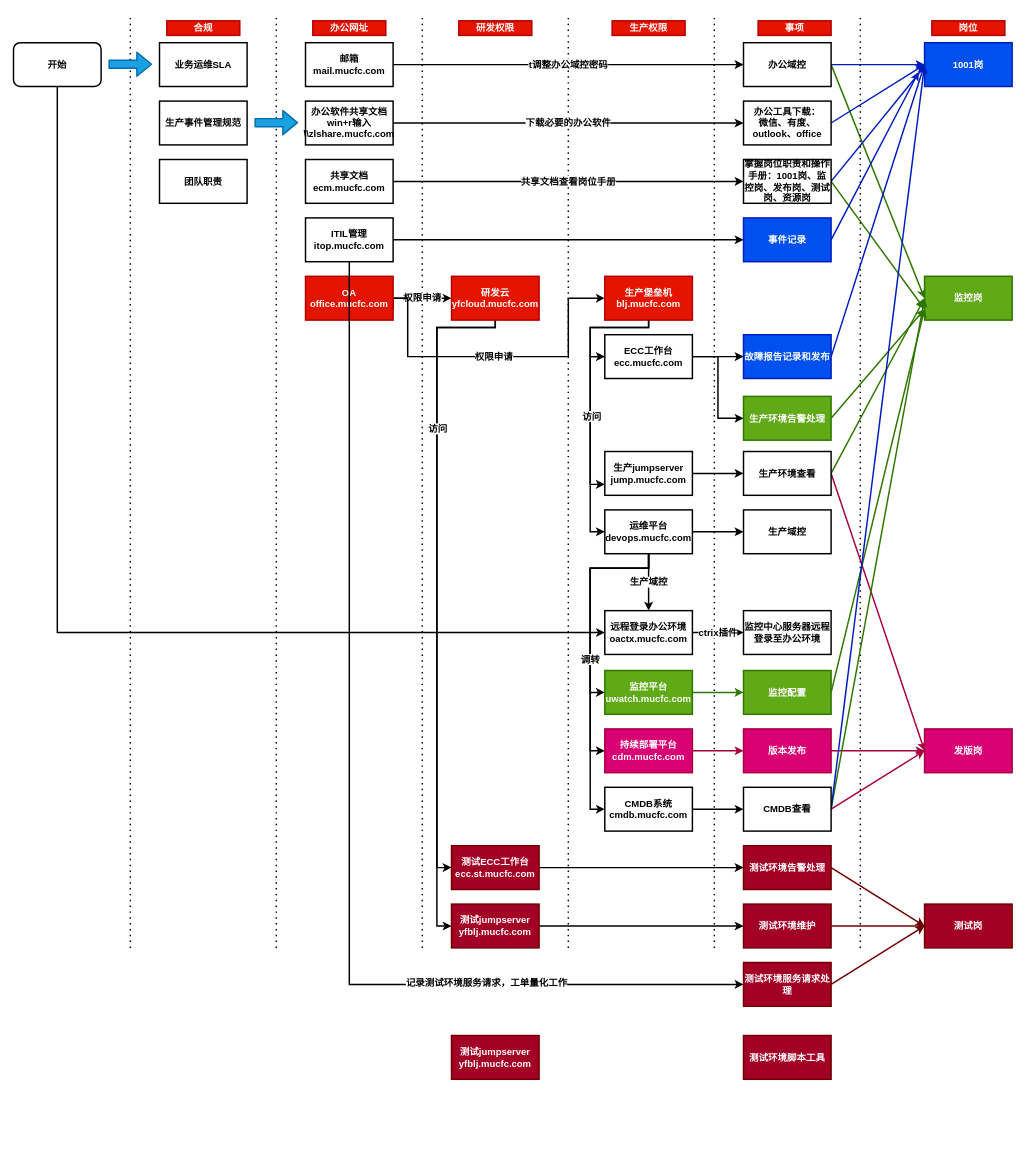
This is 新人培训能力树 Diagram.drawio from dclarken/draw.io, a draw.io file, before an edit. Source tidied: cells renumbered, new cells numbered last; positions are measured from the earlier drawing's top-left corner, leaving out a move shared by most shapes. Both pictures are drawn from the tidied source at 73%, with x=0, y=0 at pixel (13, 13).
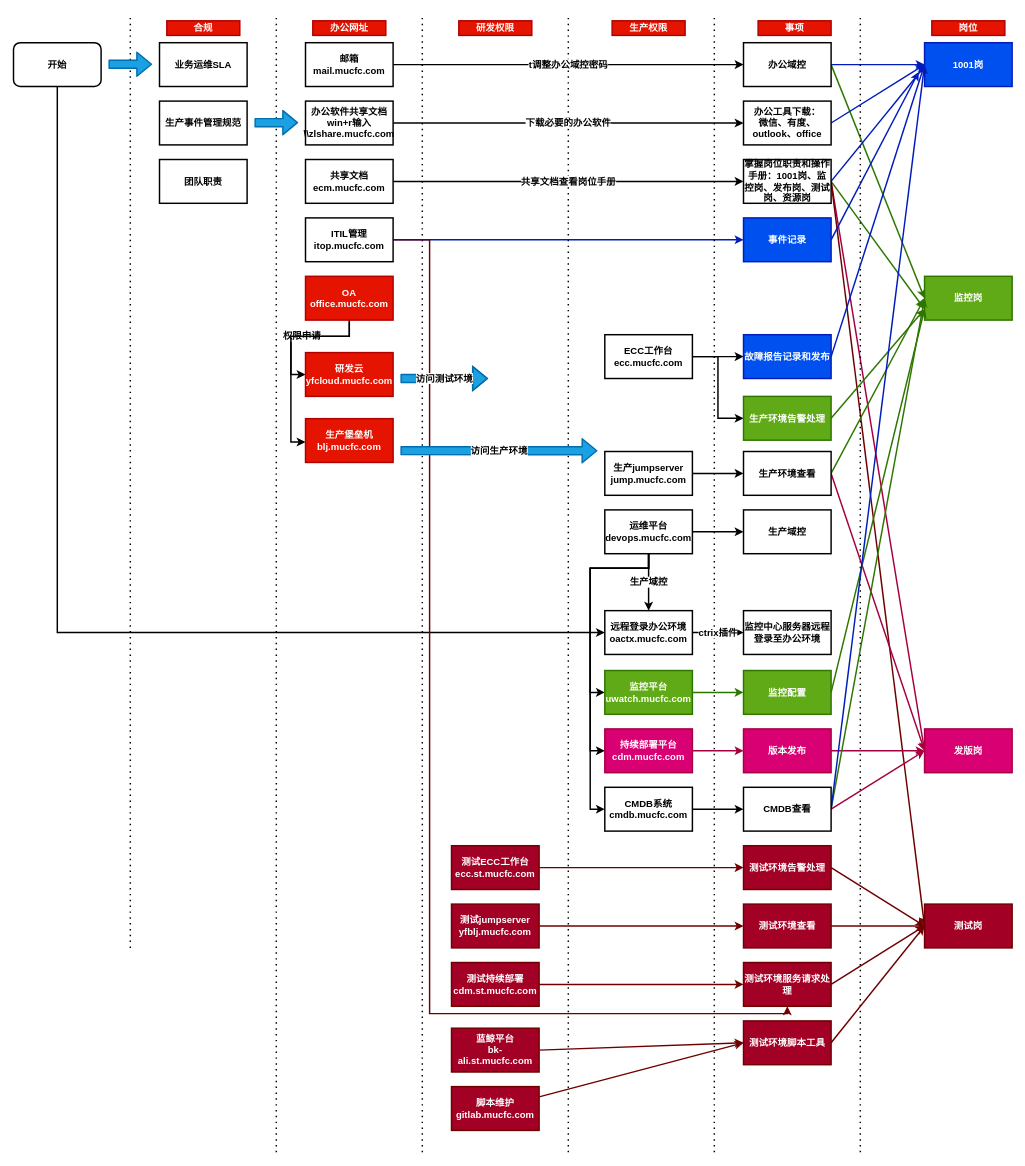
The same diagram, later.

Commit message (it also covers changes not shown here):
Update 新人培训能力树 Diagram.drawio

Unchanged cells that the change refers to:
```xml
<mxCell id="21" value="OA&lt;br style=&quot;font-size: 13px;&quot;&gt;office.mucfc.com" style="rounded=0;whiteSpace=wrap;html=1;strokeWidth=2;fontStyle=1;fillColor=#e51400;strokeColor=#B20000;fontColor=#ffffff;fontSize=13;" parent="1" vertex="1">
  <mxGeometry x="400" y="360" width="120" height="60" as="geometry" />
</mxCell>
<mxCell id="27" value="ITIL管理&lt;br style=&quot;font-size: 13px;&quot;&gt;itop.mucfc.com" style="rounded=0;whiteSpace=wrap;html=1;strokeWidth=2;fontStyle=1;fontSize=13;" parent="1" vertex="1">
  <mxGeometry x="400" y="280" width="120" height="60" as="geometry" />
</mxCell>
<mxCell id="43" value="掌握岗位职责和操作手册：1001岗、监控岗、发布岗、测试岗、资源岗" style="rounded=0;whiteSpace=wrap;html=1;strokeWidth=2;fontStyle=1;fontSize=13;" parent="1" vertex="1">
  <mxGeometry x="1000" y="200" width="120" height="60" as="geometry" />
</mxCell>
<mxCell id="45" value="事件记录" style="rounded=0;whiteSpace=wrap;html=1;strokeWidth=2;fontStyle=1;fillColor=#0050ef;strokeColor=#001DBC;fontColor=#ffffff;fontSize=13;" parent="1" vertex="1">
  <mxGeometry x="1000" y="280" width="120" height="60" as="geometry" />
</mxCell>
<mxCell id="55" value="运维平台devops.mucfc.com" style="rounded=0;whiteSpace=wrap;html=1;strokeWidth=2;fontStyle=1;fontSize=13;" parent="1" vertex="1">
  <mxGeometry x="810" y="680" width="120" height="60" as="geometry" />
</mxCell>
<mxCell id="59" value="测试ECC工作台&lt;br style=&quot;font-size: 13px;&quot;&gt;ecc.st.mucfc.com" style="rounded=0;whiteSpace=wrap;html=1;strokeWidth=2;fontStyle=1;fillColor=#a20025;strokeColor=#6F0000;fontColor=#ffffff;fontSize=13;" parent="1" vertex="1">
  <mxGeometry x="600" y="1140" width="120" height="60" as="geometry" />
</mxCell>
<mxCell id="61" value="测试jumpserver&lt;br style=&quot;font-size: 13px;&quot;&gt;yfblj.mucfc.com" style="rounded=0;whiteSpace=wrap;html=1;strokeWidth=2;fontStyle=1;fillColor=#a20025;strokeColor=#6F0000;fontColor=#ffffff;fontSize=13;" parent="1" vertex="1">
  <mxGeometry x="600" y="1220" width="120" height="60" as="geometry" />
</mxCell>
<mxCell id="67" value="ECC工作台&lt;br style=&quot;font-size: 13px;&quot;&gt;ecc.mucfc.com" style="rounded=0;whiteSpace=wrap;html=1;strokeWidth=2;fontStyle=1;fontSize=13;" parent="1" vertex="1">
  <mxGeometry x="810" y="440" width="120" height="60" as="geometry" />
</mxCell>
<mxCell id="69" value="生产jumpserver&lt;br style=&quot;font-size: 13px;&quot;&gt;jump.mucfc.com" style="rounded=0;whiteSpace=wrap;html=1;strokeWidth=2;fontStyle=1;fontSize=13;" parent="1" vertex="1">
  <mxGeometry x="810" y="600" width="120" height="60" as="geometry" />
</mxCell>
<mxCell id="71" value="发版岗" style="rounded=0;whiteSpace=wrap;html=1;fillColor=#d80073;strokeColor=#A50040;strokeWidth=2;fontColor=#ffffff;fontStyle=1;fontSize=13;" parent="1" vertex="1">
  <mxGeometry x="1248" y="980" width="120" height="60" as="geometry" />
</mxCell>
<mxCell id="72" value="测试岗" style="rounded=0;whiteSpace=wrap;html=1;fillColor=#a20025;strokeColor=#6F0000;strokeWidth=2;fontColor=#ffffff;fontStyle=1;fontSize=13;" parent="1" vertex="1">
  <mxGeometry x="1248" y="1220" width="120" height="60" as="geometry" />
</mxCell>
<mxCell id="74" value="测试环境告警处理" style="rounded=0;whiteSpace=wrap;html=1;strokeWidth=2;fontStyle=1;fillColor=#a20025;strokeColor=#6F0000;fontColor=#ffffff;fontSize=13;" parent="1" vertex="1">
  <mxGeometry x="1000" y="1140" width="120" height="60" as="geometry" />
</mxCell>
<mxCell id="93" value="测试环境服务请求处理" style="rounded=0;whiteSpace=wrap;html=1;strokeWidth=2;fontStyle=1;fillColor=#a20025;strokeColor=#6F0000;fontColor=#ffffff;fontSize=13;" parent="1" vertex="1">
  <mxGeometry x="1000" y="1300" width="120" height="60" as="geometry" />
</mxCell>
<mxCell id="103" value="CMDB系统&lt;br&gt;cmdb.mucfc.com" style="rounded=0;whiteSpace=wrap;html=1;strokeWidth=2;fontStyle=1;fontSize=13;" parent="1" vertex="1">
  <mxGeometry x="810" y="1060" width="120" height="60" as="geometry" />
</mxCell>
```

Change to the diagram source:
```diff
@@
     <mxCell id="4" style="endArrow=none;dashed=1;html=1;dashPattern=1 3;strokeWidth=2;fontStyle=1;fontSize=13;" parent="1" edge="1">
       <mxGeometry relative="1" as="geometry">
-        <mxPoint x="360" y="1280" as="sourcePoint" />
+        <mxPoint x="360" y="1560" as="sourcePoint" />
         <mxPoint x="360" as="targetPoint" />
       </mxGeometry>
     </mxCell>
@@
     <mxCell id="6" style="endArrow=none;dashed=1;html=1;dashPattern=1 3;strokeWidth=2;fontStyle=1;fontSize=13;" parent="1" edge="1">
       <mxGeometry relative="1" as="geometry">
-        <mxPoint x="560" y="1280" as="sourcePoint" />
+        <mxPoint x="560" y="1560" as="sourcePoint" />
         <mxPoint x="560" as="targetPoint" />
       </mxGeometry>
     </mxCell>
     <mxCell id="7" style="endArrow=none;dashed=1;html=1;dashPattern=1 3;strokeWidth=2;fontStyle=1;fontSize=13;" parent="1" edge="1">
       <mxGeometry relative="1" as="geometry">
-        <mxPoint x="760" y="1280" as="sourcePoint" />
+        <mxPoint x="760" y="1560" as="sourcePoint" />
         <mxPoint x="760" as="targetPoint" />
       </mxGeometry>
     </mxCell>
@@
-    <mxCell id="20" value="权限申请" style="edgeStyle=orthogonalEdgeStyle;rounded=0;jettySize=auto;html=1;exitX=1;exitY=0.75;exitDx=0;exitDy=0;entryX=0;entryY=0.5;entryDx=0;entryDy=0;strokeWidth=2;fontStyle=1;fontSize=13;" parent="1" edge="1" source="21" target="36">
-      <mxGeometry relative="1" as="geometry">
-        <Array as="points">
-          <mxPoint x="520" y="390" />
-          <mxPoint x="540" y="390" />
-          <mxPoint x="540" y="470" />
-          <mxPoint x="760" y="470" />
-          <mxPoint x="760" y="390" />
-        </Array>
-      </mxGeometry>
-    </mxCell>
+    <mxCell id="106" style="edgeStyle=orthogonalEdgeStyle;rounded=0;orthogonalLoop=1;jettySize=auto;html=1;entryX=0;entryY=0.5;entryDx=0;entryDy=0;strokeWidth=2;fontSize=13;" parent="1" edge="1">
+      <mxGeometry relative="1" as="geometry">
+        <mxPoint x="460" y="422" as="sourcePoint" />
+        <mxPoint x="400" y="587" as="targetPoint" />
+        <Array as="points">
+          <mxPoint x="460" y="442" />
+          <mxPoint x="380" y="442" />
+          <mxPoint x="380" y="587" />
+        </Array>
+      </mxGeometry>
+    </mxCell>
@@
-    <mxCell id="24" style="edgeStyle=orthogonalEdgeStyle;rounded=0;jettySize=auto;html=1;strokeWidth=2;fontStyle=1;fontSize=13;" parent="1" edge="1" source="27" target="45">
+    <mxCell id="24" style="edgeStyle=orthogonalEdgeStyle;rounded=0;jettySize=auto;html=1;strokeWidth=2;fontStyle=1;fontSize=13;fillColor=#0050ef;strokeColor=#001DBC;" parent="1" edge="1" source="27" target="45">
       <mxGeometry relative="1" as="geometry" />
     </mxCell>
-    <mxCell id="25" style="edgeStyle=orthogonalEdgeStyle;rounded=0;jettySize=auto;html=1;exitX=0.5;exitY=1;exitDx=0;exitDy=0;entryX=0;entryY=0.5;entryDx=0;entryDy=0;strokeWidth=2;fontStyle=1;fontSize=13;" parent="1" edge="1" source="27" target="93">
-      <mxGeometry relative="1" as="geometry" />
+    <mxCell id="25" style="edgeStyle=orthogonalEdgeStyle;rounded=0;jettySize=auto;html=1;exitX=1;exitY=0.5;exitDx=0;exitDy=0;strokeWidth=2;fontSize=13;entryX=0.5;entryY=1;entryDx=0;entryDy=0;fillColor=#a20025;strokeColor=#6F0000;" parent="1" edge="1" source="27" target="93">
+      <mxGeometry relative="1" as="geometry">
+        <Array as="points">
+          <mxPoint x="570" y="310" />
+          <mxPoint x="570" y="1370" />
+          <mxPoint x="1060" y="1370" />
+        </Array>
+      </mxGeometry>
     </mxCell>
-    <mxCell id="26" value="记录测试环境服务请求，工单量化工作" style="edgeLabel;html=1;align=center;verticalAlign=middle;fontStyle=1;fontSize=13;" parent="25" vertex="1">
-      <mxGeometry x="0.54" y="4" relative="1" as="geometry">
-        <mxPoint x="-1" as="offset" />
-      </mxGeometry>
-    </mxCell>
@@
     <mxCell id="30" style="endArrow=none;dashed=1;html=1;dashPattern=1 3;strokeWidth=2;fontStyle=1;fontSize=13;" parent="1" edge="1">
       <mxGeometry relative="1" as="geometry">
-        <mxPoint x="960" y="1280" as="sourcePoint" />
+        <mxPoint x="960" y="1560" as="sourcePoint" />
         <mxPoint x="960" as="targetPoint" />
       </mxGeometry>
     </mxCell>
-    <mxCell id="31" style="edgeStyle=orthogonalEdgeStyle;rounded=0;jettySize=auto;html=1;strokeWidth=2;entryX=0;entryY=0.5;entryDx=0;entryDy=0;fontStyle=1;fontSize=13;" parent="1" edge="1" source="34" target="59">
-      <mxGeometry relative="1" as="geometry">
-        <Array as="points">
-          <mxPoint x="660" y="430" />
-          <mxPoint x="580" y="430" />
-          <mxPoint x="580" y="1170" />
-        </Array>
-      </mxGeometry>
-    </mxCell>
-    <mxCell id="32" style="edgeStyle=orthogonalEdgeStyle;rounded=0;jettySize=auto;html=1;exitX=0.5;exitY=1;exitDx=0;exitDy=0;entryX=0;entryY=0.5;entryDx=0;entryDy=0;strokeWidth=2;fontStyle=1;fontSize=13;" parent="1" edge="1" source="34" target="61">
-      <mxGeometry relative="1" as="geometry">
-        <Array as="points">
-          <mxPoint x="660" y="430" />
-          <mxPoint x="580" y="430" />
-          <mxPoint x="580" y="1250" />
-        </Array>
-      </mxGeometry>
-    </mxCell>
-    <mxCell id="33" value="访问" style="edgeLabel;html=1;align=center;verticalAlign=middle;fontSize=13;fontStyle=1;" parent="32" vertex="1">
-      <mxGeometry x="-0.51" relative="1" as="geometry" />
-    </mxCell>
     <mxCell id="34" value="研发云&lt;br style=&quot;font-size: 13px;&quot;&gt;yfcloud.mucfc.com" style="rounded=0;whiteSpace=wrap;html=1;strokeWidth=2;fontStyle=1;fillColor=#e51400;strokeColor=#B20000;fontColor=#ffffff;fontSize=13;" parent="1" vertex="1">
-      <mxGeometry x="600" y="360" width="120" height="60" as="geometry" />
+      <mxGeometry x="400" y="464.5" width="120" height="60" as="geometry" />
     </mxCell>
-    <mxCell id="35" style="edgeStyle=orthogonalEdgeStyle;rounded=0;jettySize=auto;html=1;exitX=0.5;exitY=1;exitDx=0;exitDy=0;entryX=0;entryY=0.5;entryDx=0;entryDy=0;strokeWidth=2;fontStyle=1;fontSize=13;" parent="1" edge="1" source="36" target="67">
-      <mxGeometry relative="1" as="geometry">
-        <Array as="points">
-          <mxPoint x="870" y="430" />
-          <mxPoint x="790" y="430" />
-          <mxPoint x="790" y="470" />
-        </Array>
-      </mxGeometry>
-    </mxCell>
-    <mxCell id="36" value="生产堡垒机&lt;br style=&quot;font-size: 13px;&quot;&gt;blj.mucfc.com" style="rounded=0;whiteSpace=wrap;html=1;strokeWidth=2;fontStyle=1;fillColor=#e51400;strokeColor=#B20000;fontColor=#ffffff;fontSize=13;" parent="1" vertex="1">
-      <mxGeometry x="810" y="360" width="120" height="60" as="geometry" />
-    </mxCell>
@@
+    <mxCell id="107" style="rounded=0;jettySize=auto;html=1;exitX=1;exitY=0.5;exitDx=0;exitDy=0;entryX=0;entryY=0.5;entryDx=0;entryDy=0;strokeWidth=2;fontSize=13;fillColor=#d80073;strokeColor=#A50040;" parent="1" edge="1" source="43" target="71">
+      <mxGeometry relative="1" as="geometry" />
+    </mxCell>
+    <mxCell id="108" style="edgeStyle=none;rounded=0;jettySize=auto;html=1;entryX=0;entryY=0.5;entryDx=0;entryDy=0;strokeWidth=2;fontSize=13;exitX=1;exitY=0.5;exitDx=0;exitDy=0;fillColor=#a20025;strokeColor=#6F0000;" parent="1" edge="1" source="43" target="72">
+      <mxGeometry relative="1" as="geometry" />
+    </mxCell>
@@
     <mxCell id="46" style="endArrow=none;dashed=1;html=1;dashPattern=1 3;strokeWidth=2;fontStyle=1;fontSize=13;" parent="1" edge="1">
       <mxGeometry relative="1" as="geometry">
-        <mxPoint x="1160" y="1280" as="sourcePoint" />
+        <mxPoint x="1160" y="1560" as="sourcePoint" />
         <mxPoint x="1160" as="targetPoint" />
       </mxGeometry>
     </mxCell>
@@
-    <mxCell id="54" value="调转" style="edgeStyle=orthogonalEdgeStyle;rounded=0;jettySize=auto;html=1;exitX=0.5;exitY=1;exitDx=0;exitDy=0;entryX=0;entryY=0.5;entryDx=0;entryDy=0;strokeWidth=2;fontSize=13;fontStyle=1;" parent="1" edge="1" source="55" target="103">
+    <mxCell id="54" style="edgeStyle=orthogonalEdgeStyle;rounded=0;jettySize=auto;html=1;exitX=0.5;exitY=1;exitDx=0;exitDy=0;entryX=0;entryY=0.5;entryDx=0;entryDy=0;strokeWidth=2;fontSize=13;fontStyle=1;" parent="1" edge="1" source="55" target="103">
       <mxGeometry relative="1" as="geometry">
         <Array as="points">
           <mxPoint x="870" y="760" />
           <mxPoint x="790" y="760" />
           <mxPoint x="790" y="1090" />
         </Array>
       </mxGeometry>
     </mxCell>
@@
-    <mxCell id="58" style="edgeStyle=orthogonalEdgeStyle;rounded=0;jettySize=auto;html=1;entryX=0;entryY=0.5;entryDx=0;entryDy=0;strokeWidth=2;fontStyle=1;fontSize=13;" parent="1" edge="1" source="59" target="74">
+    <mxCell id="58" style="edgeStyle=orthogonalEdgeStyle;rounded=0;jettySize=auto;html=1;entryX=0;entryY=0.5;entryDx=0;entryDy=0;strokeWidth=2;fontStyle=1;fontSize=13;fillColor=#a20025;strokeColor=#6F0000;" parent="1" edge="1" source="59" target="74">
       <mxGeometry relative="1" as="geometry" />
     </mxCell>
@@
-    <mxCell id="60" style="edgeStyle=orthogonalEdgeStyle;rounded=0;jettySize=auto;html=1;entryX=0;entryY=0.5;entryDx=0;entryDy=0;strokeWidth=2;fontStyle=1;fontSize=13;" parent="1" edge="1" source="61" target="76">
+    <mxCell id="60" style="edgeStyle=orthogonalEdgeStyle;rounded=0;jettySize=auto;html=1;entryX=0;entryY=0.5;entryDx=0;entryDy=0;strokeWidth=2;fontStyle=1;fontSize=13;fillColor=#a20025;strokeColor=#6F0000;" parent="1" edge="1" source="61" target="76">
       <mxGeometry relative="1" as="geometry" />
     </mxCell>
@@
-    <mxCell id="64" style="edgeStyle=orthogonalEdgeStyle;rounded=0;jettySize=auto;html=1;entryX=0;entryY=0.75;entryDx=0;entryDy=0;strokeWidth=2;fontStyle=1;fontSize=13;" parent="1" edge="1" target="69">
-      <mxGeometry relative="1" as="geometry">
-        <mxPoint x="870" y="420" as="sourcePoint" />
-        <Array as="points">
-          <mxPoint x="870" y="430" />
-          <mxPoint x="790" y="430" />
-          <mxPoint x="790" y="645" />
-        </Array>
-      </mxGeometry>
-    </mxCell>
-    <mxCell id="65" style="edgeStyle=orthogonalEdgeStyle;rounded=0;jettySize=auto;html=1;entryX=0;entryY=0.5;entryDx=0;entryDy=0;strokeWidth=2;fontStyle=1;fontSize=13;" parent="1" edge="1" source="67" target="55">
-      <mxGeometry relative="1" as="geometry">
-        <Array as="points">
-          <mxPoint x="790" y="470" />
-          <mxPoint x="790" y="710" />
-        </Array>
-      </mxGeometry>
-    </mxCell>
-    <mxCell id="66" value="访问" style="edgeLabel;html=1;align=center;verticalAlign=middle;fontSize=13;fontStyle=1;" parent="65" vertex="1">
-      <mxGeometry x="-0.28" y="1" relative="1" as="geometry" />
-    </mxCell>
@@
-    <mxCell id="76" value="测试环境维护" style="rounded=0;whiteSpace=wrap;html=1;strokeWidth=2;fontStyle=1;fillColor=#a20025;strokeColor=#6F0000;fontColor=#ffffff;fontSize=13;" parent="1" vertex="1">
+    <mxCell id="76" value="测试环境查看" style="rounded=0;whiteSpace=wrap;html=1;strokeWidth=2;fontStyle=1;fillColor=#a20025;strokeColor=#6F0000;fontColor=#ffffff;fontSize=13;" parent="1" vertex="1">
       <mxGeometry x="1000" y="1220" width="120" height="60" as="geometry" />
     </mxCell>
@@
+    <mxCell id="109" style="edgeStyle=none;rounded=0;jettySize=auto;html=1;exitX=1;exitY=0.5;exitDx=0;exitDy=0;entryX=0;entryY=0.5;entryDx=0;entryDy=0;strokeWidth=2;fontSize=13;fillColor=#a20025;strokeColor=#6F0000;" parent="1" edge="1" source="104" target="72">
+      <mxGeometry relative="1" as="geometry" />
+    </mxCell>
     <mxCell id="104" value="测试环境脚本工具" style="rounded=0;whiteSpace=wrap;html=1;strokeWidth=2;fontStyle=1;fillColor=#a20025;strokeColor=#6F0000;fontColor=#ffffff;fontSize=13;" parent="1" vertex="1">
-      <mxGeometry x="1000" y="1400" width="120" height="60" as="geometry" />
+      <mxGeometry x="1000" y="1380" width="120" height="60" as="geometry" />
     </mxCell>
+    <mxCell id="110" style="edgeStyle=none;rounded=0;jettySize=auto;html=1;entryX=0;entryY=0.5;entryDx=0;entryDy=0;strokeWidth=2;fontSize=13;fillColor=#a20025;strokeColor=#6F0000;" parent="1" edge="1" source="105" target="104">
+      <mxGeometry relative="1" as="geometry" />
+    </mxCell>
-    <mxCell id="105" value="测试jumpserver&lt;br style=&quot;font-size: 13px;&quot;&gt;yfblj.mucfc.com" style="rounded=0;whiteSpace=wrap;html=1;strokeWidth=2;fontStyle=1;fillColor=#a20025;strokeColor=#6F0000;fontColor=#ffffff;fontSize=13;" parent="1" vertex="1">
-      <mxGeometry x="600" y="1400" width="120" height="60" as="geometry" />
+    <mxCell id="105" value="脚本维护&lt;br&gt;gitlab.mucfc.com" style="rounded=0;whiteSpace=wrap;html=1;strokeWidth=2;fontStyle=1;fillColor=#a20025;strokeColor=#6F0000;fontColor=#ffffff;fontSize=13;" parent="1" vertex="1">
+      <mxGeometry x="600" y="1470" width="120" height="60" as="geometry" />
     </mxCell>
+    <mxCell id="111" style="edgeStyle=none;rounded=0;jettySize=auto;html=1;exitX=1;exitY=0.5;exitDx=0;exitDy=0;strokeWidth=2;fontSize=13;fillColor=#a20025;strokeColor=#6F0000;entryX=0;entryY=0.5;entryDx=0;entryDy=0;" parent="1" edge="1" source="112" target="104">
+      <mxGeometry relative="1" as="geometry" />
+    </mxCell>
+    <mxCell id="112" value="蓝鲸平台&lt;br&gt;bk-ali.st.mucfc.com" style="rounded=0;whiteSpace=wrap;html=1;strokeWidth=2;fontStyle=1;fillColor=#a20025;strokeColor=#6F0000;fontColor=#ffffff;fontSize=13;" parent="1" vertex="1">
+      <mxGeometry x="600" y="1390" width="120" height="60" as="geometry" />
+    </mxCell>
+    <mxCell id="113" style="edgeStyle=none;rounded=0;jettySize=auto;html=1;entryX=0;entryY=0.5;entryDx=0;entryDy=0;strokeWidth=2;fontSize=13;exitX=1;exitY=0.5;exitDx=0;exitDy=0;fillColor=#a20025;strokeColor=#6F0000;" parent="1" edge="1" source="114" target="93">
+      <mxGeometry relative="1" as="geometry" />
+    </mxCell>
+    <mxCell id="114" value="测试持续部署&lt;br&gt;cdm.st.mucfc.com" style="rounded=0;whiteSpace=wrap;html=1;strokeWidth=2;fontStyle=1;fillColor=#a20025;strokeColor=#6F0000;fontColor=#ffffff;fontSize=13;" parent="1" vertex="1">
+      <mxGeometry x="600" y="1300" width="120" height="60" as="geometry" />
+    </mxCell>
+    <mxCell id="36" value="生产堡垒机&lt;br style=&quot;font-size: 13px;&quot;&gt;blj.mucfc.com" style="rounded=0;whiteSpace=wrap;html=1;strokeWidth=2;fontStyle=1;fillColor=#e51400;strokeColor=#B20000;fontColor=#ffffff;fontSize=13;" parent="1" vertex="1">
+      <mxGeometry x="400" y="555" width="120" height="60" as="geometry" />
+    </mxCell>
+    <mxCell id="115" value="访问测试环境" style="shape=flexArrow;endArrow=classic;html=1;fillColor=#1ba1e2;strokeColor=#006EAF;strokeWidth=2;fontStyle=1;fontSize=13;" parent="1" edge="1">
+      <mxGeometry relative="1" as="geometry">
+        <mxPoint x="530" y="500" as="sourcePoint" />
+        <mxPoint x="650" y="500" as="targetPoint" />
+        <Array as="points">
+          <mxPoint x="550" y="500" />
+        </Array>
+      </mxGeometry>
+    </mxCell>
+    <mxCell id="116" value="访问生产环境" style="shape=flexArrow;endArrow=classic;html=1;fillColor=#1ba1e2;strokeColor=#006EAF;strokeWidth=2;fontStyle=1;fontSize=13;" parent="1" edge="1">
+      <mxGeometry relative="1" as="geometry">
+        <mxPoint x="530" y="598.8" as="sourcePoint" />
+        <mxPoint x="800" y="599" as="targetPoint" />
+      </mxGeometry>
+    </mxCell>
```
